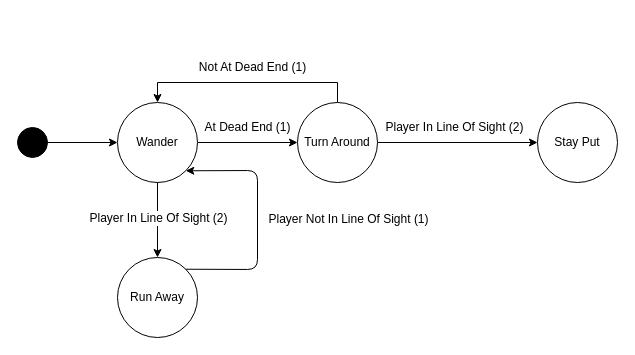
Earlier version of the draw.io diagram StateMachine.drawio (christian-plourde/COMP-476-A2). Source tidied: cells renumbered, new cells numbered last; positions are measured from the earlier drawing's top-left corner, leaving out a move shared by most shapes. Both pictures are drawn from the tidied source at 100%, with x=0, y=0 at pixel (17, 57).
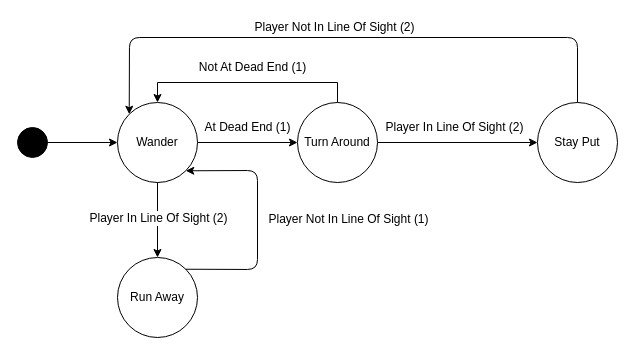
The same page after the edit.

Commit message (it also covers changes not shown here):
updated state machine for stuck in dead end and fixed run away behaviour for characters in both navmesh and pathfinding graph mode

The change refers to these unchanged cells:
```xml
<mxCell id="4" value="Wander" style="ellipse;whiteSpace=wrap;html=1;fillColor=#FFFFFF;" parent="1" vertex="1">
  <mxGeometry x="100" y="45" width="80" height="80" as="geometry" />
</mxCell>
<mxCell id="14" value="Stay Put" style="ellipse;whiteSpace=wrap;html=1;fillColor=#FFFFFF;" parent="1" vertex="1">
  <mxGeometry x="520" y="45" width="80" height="80" as="geometry" />
</mxCell>
```

What changed in the source:
```diff
@@
+    <mxCell id="18" style="endArrow=classic;html=1;exitX=0.5;exitY=0;exitDx=0;exitDy=0;entryX=0;entryY=0;entryDx=0;entryDy=0;" parent="1" edge="1" source="14" target="4">
+      <mxGeometry relative="1" as="geometry">
+        <Array as="points">
+          <mxPoint x="560" y="-20" />
+          <mxPoint x="112" y="-20" />
+        </Array>
+      </mxGeometry>
+    </mxCell>
+    <mxCell id="19" value="Player Not In Line Of Sight (2)" style="text;html=1;align=center;verticalAlign=middle;labelBackgroundColor=#ffffff;" parent="1" vertex="1">
+      <mxGeometry x="320" y="-40" as="geometry">
+        <mxPoint x="-4" y="9" as="offset" />
+      </mxGeometry>
+    </mxCell>
```
